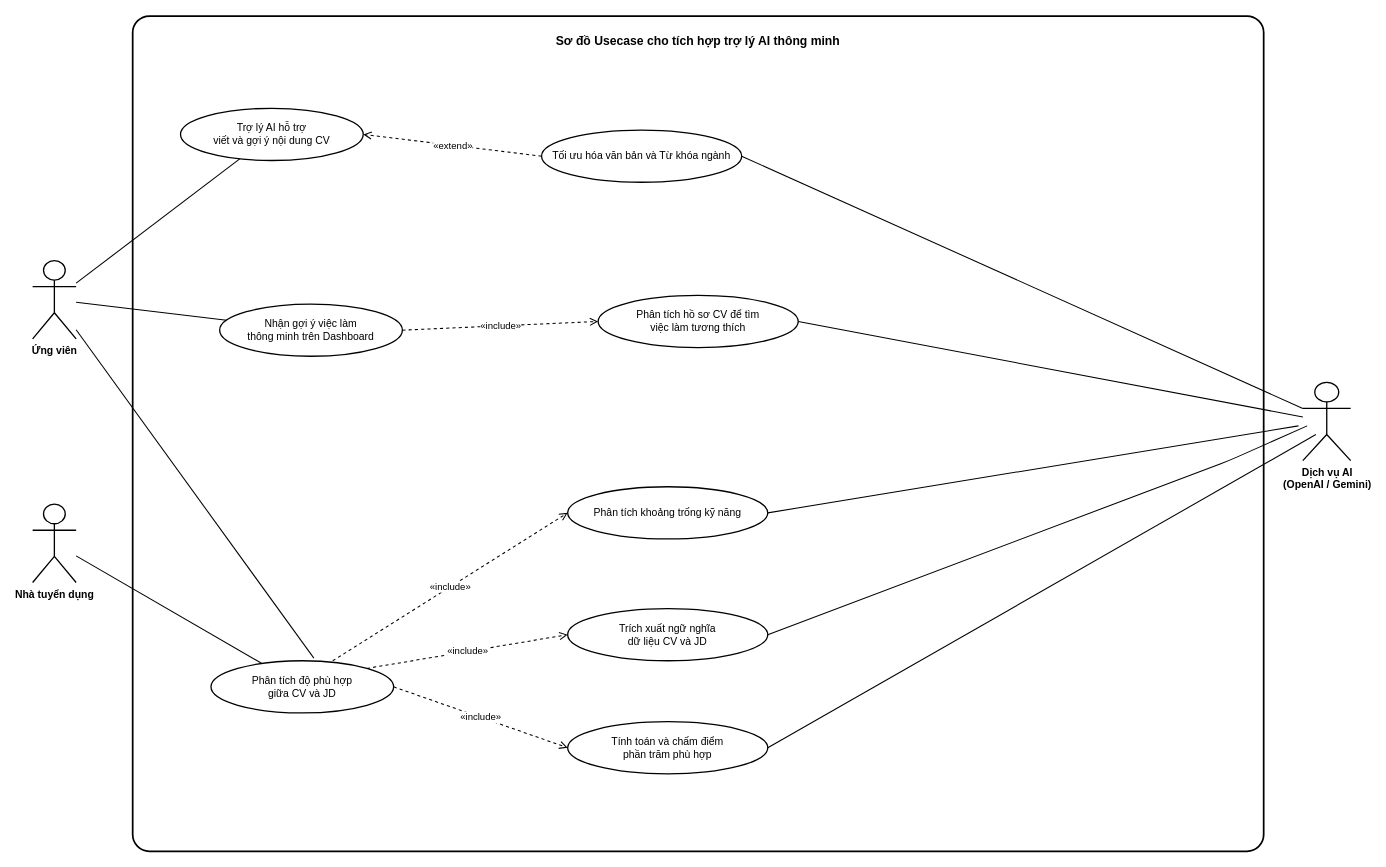
Earlier version of the draw.io diagram diagrams/usecase_ai_assistant.drawio (SE-Project-CTU/smart-recruitment-docs). Source tidied: cells renumbered, new cells numbered last; positions are measured from the earlier drawing's top-left corner, leaving out a move shared by most shapes. Both pictures are drawn from the tidied source at 87%, with x=0, y=0 at pixel (32, 16).
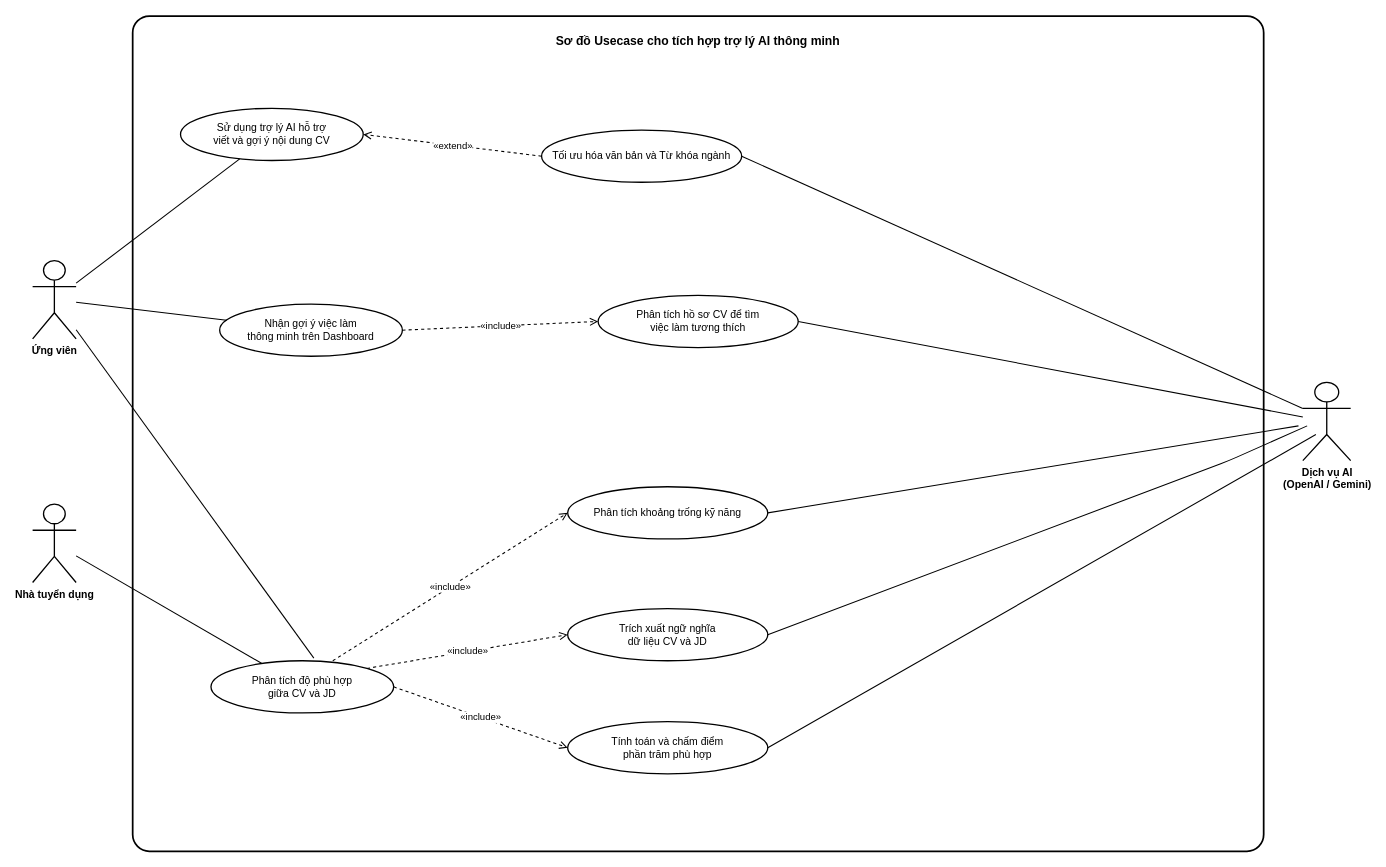
After the change.

Change to the diagram source:
```diff
@@
-    <mxCell id="6" value="Trợ lý AI hỗ trợ&lt;br&gt;viết và gợi ý nội dung CV" style="ellipse;whiteSpace=wrap;html=1;strokeWidth=1.5;strokeColor=#000000;fillColor=#FFFFFF;fontColor=#000000;fontSize=12;align=center;verticalAlign=middle;" parent="1" vertex="1">
+    <mxCell id="6" value="Sử dụng trợ lý AI hỗ trợ&lt;br&gt;viết và gợi ý nội dung CV" style="ellipse;whiteSpace=wrap;html=1;strokeWidth=1.5;strokeColor=#000000;fillColor=#FFFFFF;fontColor=#000000;fontSize=12;align=center;verticalAlign=middle;" parent="1" vertex="1">
       <mxGeometry x="170" y="106" width="210" height="60" as="geometry" />
     </mxCell>
```
